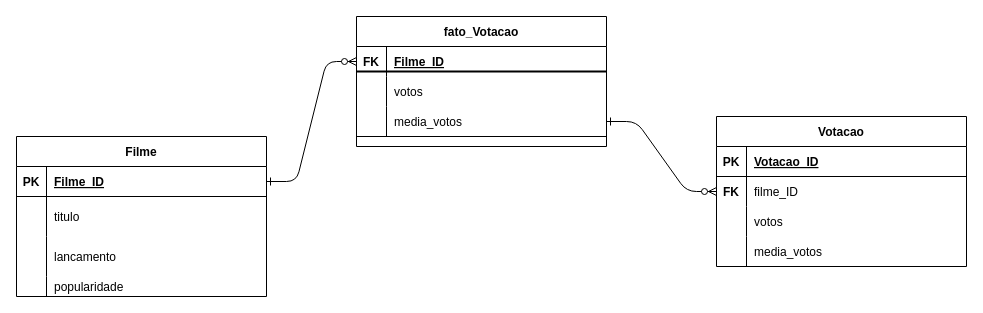
Above: Diagrama sem nome.drawio in annynlinhares/WEB-2022 (draw.io), before the change. Source tidied: cells renumbered, new cells numbered last; positions are measured from the earlier drawing's top-left corner, leaving out a move shared by most shapes. Both pictures are drawn from the tidied source at 100%, with x=0, y=0 at pixel (16, 16).
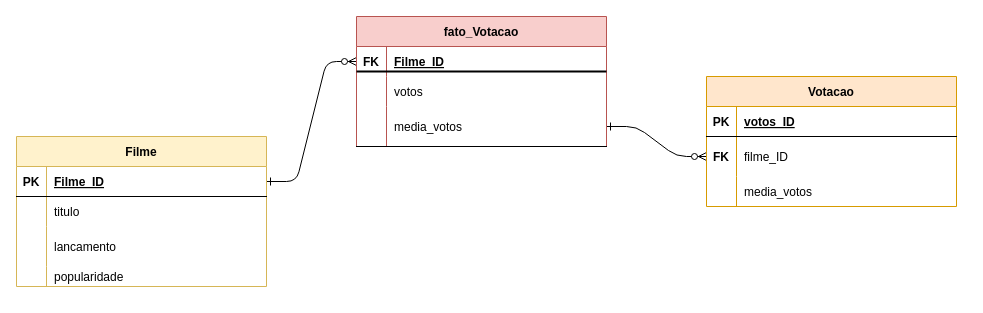
Above is the later version.

Commit message:
Tabela_filmes

The change refers to these unchanged cells:
```xml
<mxCell id="15" style="shape=partialRectangle;fillColor=none;top=0;left=0;right=0;bottom=1;" parent="14" vertex="1">
  <mxGeometry y="30" width="250" height="30" as="geometry" />
</mxCell>
```

The edit, as a diff of the source:
```diff
@@
-    <mxCell id="4" value="fato_Votacao" style="shape=table;startSize=30;childLayout=tableLayout;rowLines=0;fontStyle=1;align=center;" parent="1" vertex="1">
+    <mxCell id="4" value="fato_Votacao" style="shape=table;startSize=30;childLayout=tableLayout;rowLines=0;fontStyle=1;align=center;fillColor=#f8cecc;strokeColor=#b85450;" parent="1" vertex="1">
       <mxGeometry x="340" width="250" height="130" as="geometry" />
     </mxCell>
@@
     <mxCell id="11" style="shape=partialRectangle;fillColor=none;points=[[0,0.5],[1,0.5]];portConstraint=eastwest;top=0;left=0;right=0;bottom=1;" parent="4" vertex="1">
-      <mxGeometry y="90" width="250" height="30" as="geometry" />
+      <mxGeometry y="90" width="250" height="40" as="geometry" />
     </mxCell>
     <mxCell id="12" style="shape=partialRectangle;overflow=hidden;fillColor=none;top=0;left=0;bottom=0;right=0;fontStyle=1;" parent="11" vertex="1">
-      <mxGeometry width="30" height="30" as="geometry" />
+      <mxGeometry width="30" height="40" as="geometry" />
     </mxCell>
     <mxCell id="13" value="media_votos" style="shape=partialRectangle;overflow=hidden;fillColor=none;top=0;left=0;bottom=0;right=0;align=left;spacingLeft=6;fontStyle=0;" parent="11" vertex="1">
-      <mxGeometry x="30" width="220" height="30" as="geometry" />
+      <mxGeometry x="30" width="220" height="40" as="geometry" />
     </mxCell>
-    <mxCell id="14" value="Votacao" style="shape=table;startSize=30;childLayout=tableLayout;rowLines=0;fontStyle=1;align=center;" parent="1" vertex="1">
-      <mxGeometry x="700" y="100" width="250" height="150" as="geometry" />
+    <mxCell id="14" value="Votacao" style="shape=table;startSize=30;childLayout=tableLayout;rowLines=0;fontStyle=1;align=center;fillColor=#ffe6cc;strokeColor=#d79b00;" parent="1" vertex="1">
+      <mxGeometry x="690" y="60" width="250" height="130" as="geometry" />
     </mxCell>
@@
-    <mxCell id="17" value="Votacao_ID" style="shape=partialRectangle;overflow=hidden;fillColor=none;top=0;left=0;bottom=0;right=0;align=left;spacingLeft=6;fontStyle=5;" parent="15" vertex="1">
+    <mxCell id="17" value="votos_ID" style="shape=partialRectangle;overflow=hidden;fillColor=none;top=0;left=0;bottom=0;right=0;align=left;spacingLeft=6;fontStyle=5;" parent="15" vertex="1">
       <mxGeometry x="30" width="220" height="30" as="geometry" />
     </mxCell>
     <mxCell id="18" style="shape=partialRectangle;fillColor=none;points=[[0,0.5],[1,0.5]];portConstraint=eastwest;top=0;left=0;right=0;bottom=0;" parent="14" vertex="1">
-      <mxGeometry y="60" width="250" height="30" as="geometry" />
+      <mxGeometry y="60" width="250" height="40" as="geometry" />
     </mxCell>
     <mxCell id="19" value="FK" style="shape=partialRectangle;overflow=hidden;fillColor=none;top=0;left=0;bottom=0;right=0;fontStyle=1;" parent="18" vertex="1">
-      <mxGeometry width="30" height="30" as="geometry" />
+      <mxGeometry width="30" height="40" as="geometry" />
     </mxCell>
     <mxCell id="20" value="filme_ID" style="shape=partialRectangle;overflow=hidden;fillColor=none;top=0;left=0;bottom=0;right=0;align=left;spacingLeft=6;" parent="18" vertex="1">
-      <mxGeometry x="30" width="220" height="30" as="geometry" />
+      <mxGeometry x="30" width="220" height="40" as="geometry" />
     </mxCell>
-    <mxCell id="21" style="shape=partialRectangle;fillColor=none;top=0;left=0;right=0;bottom=0;" parent="14" vertex="1">
-      <mxGeometry y="90" width="250" height="30" as="geometry" />
-    </mxCell>
-    <mxCell id="22" style="shape=partialRectangle;overflow=hidden;fillColor=none;top=0;left=0;bottom=0;right=0;fontStyle=1;" parent="21" vertex="1">
-      <mxGeometry width="30" height="30" as="geometry" />
-    </mxCell>
-    <mxCell id="23" value="votos" style="shape=partialRectangle;overflow=hidden;fillColor=none;top=0;left=0;bottom=0;right=0;align=left;spacingLeft=6;" parent="21" vertex="1">
-      <mxGeometry x="30" width="220" height="30" as="geometry" />
-    </mxCell>
     <mxCell id="24" style="shape=partialRectangle;fillColor=none;top=0;left=0;right=0;bottom=0;" parent="14" vertex="1">
-      <mxGeometry y="120" width="250" height="30" as="geometry" />
+      <mxGeometry y="100" width="250" height="30" as="geometry" />
     </mxCell>
@@
-    <mxCell id="27" value="Filme" style="shape=table;startSize=30;childLayout=tableLayout;rowLines=0;fontStyle=1;align=center;" parent="1" vertex="1">
-      <mxGeometry y="120" width="250" height="160" as="geometry" />
+    <mxCell id="27" value="Filme" style="shape=table;startSize=30;childLayout=tableLayout;rowLines=0;fontStyle=1;align=center;fillColor=#fff2cc;strokeColor=#d6b656;" parent="1" vertex="1">
+      <mxGeometry y="120" width="250" height="150" as="geometry" />
     </mxCell>
@@
     <mxCell id="31" style="shape=partialRectangle;fillColor=none;top=0;left=0;right=0;bottom=0;" parent="27" vertex="1">
-      <mxGeometry y="60" width="250" height="40" as="geometry" />
+      <mxGeometry y="60" width="250" height="30" as="geometry" />
     </mxCell>
     <mxCell id="32" style="shape=partialRectangle;overflow=hidden;fillColor=none;top=0;left=0;bottom=0;right=0;fontStyle=1;" parent="31" vertex="1">
-      <mxGeometry width="30" height="40" as="geometry" />
+      <mxGeometry width="30" height="30" as="geometry" />
     </mxCell>
     <mxCell id="33" value="titulo" style="shape=partialRectangle;overflow=hidden;fillColor=none;top=0;left=0;bottom=0;right=0;align=left;spacingLeft=6;" parent="31" vertex="1">
-      <mxGeometry x="30" width="220" height="40" as="geometry" />
+      <mxGeometry x="30" width="220" height="30" as="geometry" />
     </mxCell>
     <mxCell id="34" style="shape=partialRectangle;fillColor=none;top=0;left=0;right=0;bottom=0;" parent="27" vertex="1">
-      <mxGeometry y="100" width="250" height="40" as="geometry" />
+      <mxGeometry y="90" width="250" height="40" as="geometry" />
     </mxCell>
@@
     <mxCell id="37" style="shape=partialRectangle;fillColor=none;top=0;left=0;right=0;bottom=0;" parent="27" vertex="1">
-      <mxGeometry y="140" width="250" height="20" as="geometry" />
+      <mxGeometry y="130" width="250" height="20" as="geometry" />
     </mxCell>
```
